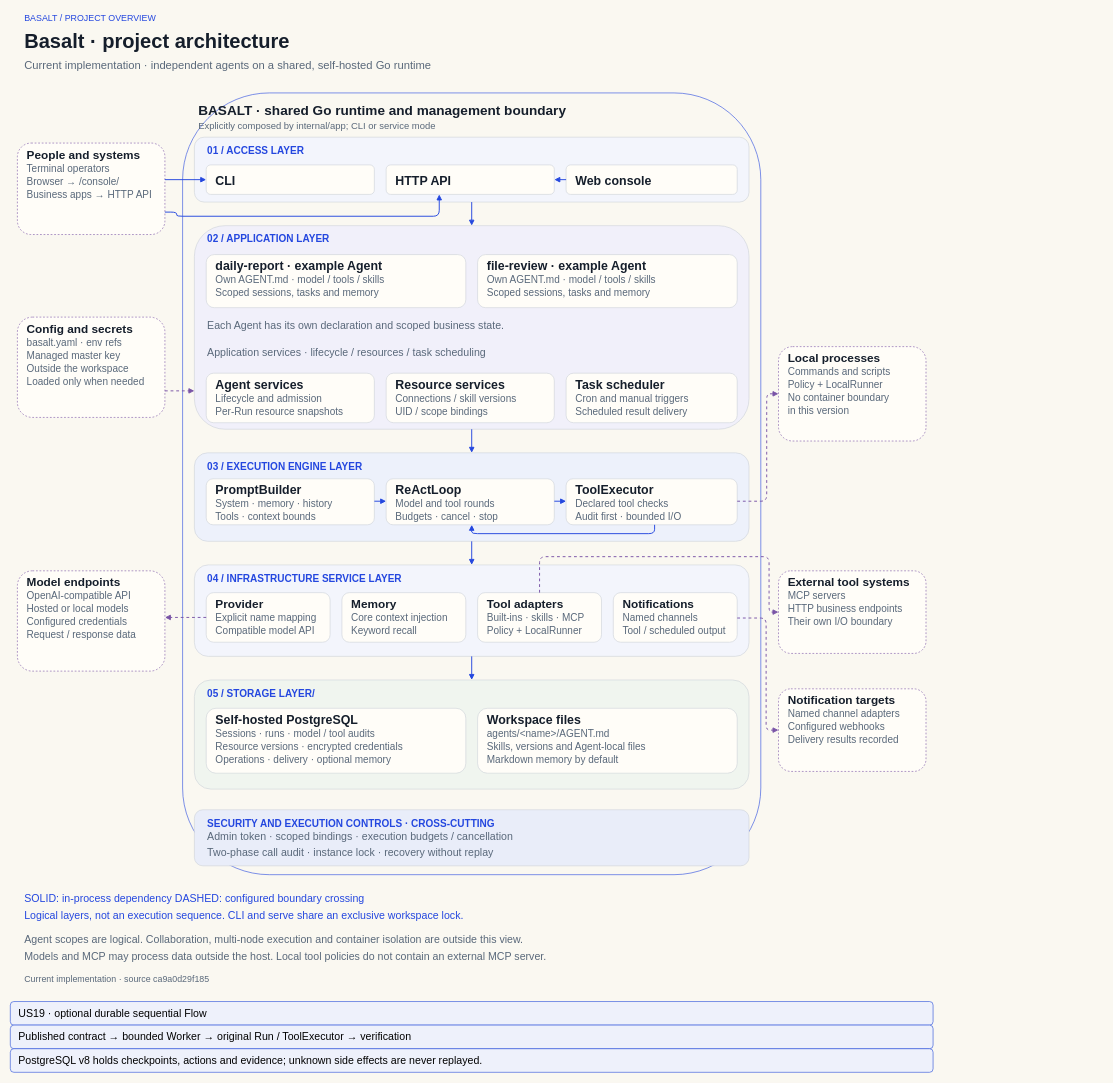
Earlier version of the draw.io diagram page "project-overview-en" (1 of 12) of website/diagrams/basalt-diagrams.drawio (ymedword/basalt). Source tidied: cells renumbered, new cells numbered last; positions are measured from the earlier drawing's top-left corner, leaving out a move shared by most shapes. Both pictures are drawn from the tidied source at 59%, with x=0, y=0 at pixel (10, 10).
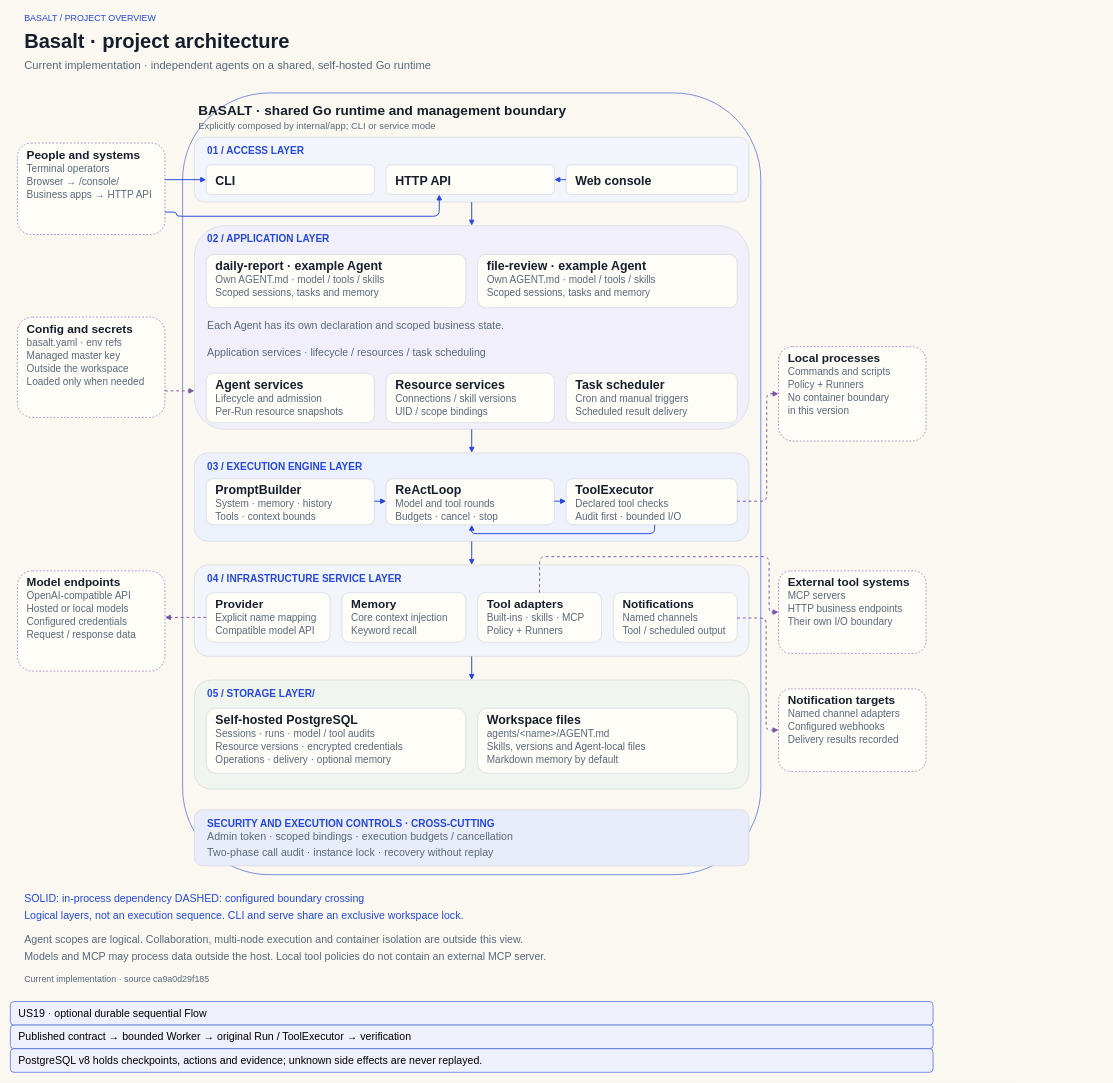
The same diagram, later.

Change to the diagram source:
```diff
@@
-    <mxCell id="69" value="Policy + LocalRunner" style="text;html=0;whiteSpace=wrap;align=left;verticalAlign=middle;fontFamily=Arial;fontSize=17;fontColor=#59687a;" parent="1" vertex="1">
+    <mxCell id="69" value="Policy + Runners" style="text;html=0;whiteSpace=wrap;align=left;verticalAlign=middle;fontFamily=Arial;fontSize=17;fontColor=#59687a;" parent="1" vertex="1">
       <mxGeometry x="806" y="1040" width="182" height="25" as="geometry" />
     </mxCell>
@@
-    <mxCell id="104" value="Policy + LocalRunner" style="text;html=0;whiteSpace=wrap;align=left;verticalAlign=middle;fontFamily=Arial;fontSize=17;fontColor=#59687a;" parent="1" vertex="1">
+    <mxCell id="104" value="Policy + Runners" style="text;html=0;whiteSpace=wrap;align=left;verticalAlign=middle;fontFamily=Arial;fontSize=17;fontColor=#59687a;" parent="1" vertex="1">
       <mxGeometry x="1316" y="623" width="222" height="25" as="geometry" />
     </mxCell>
```
